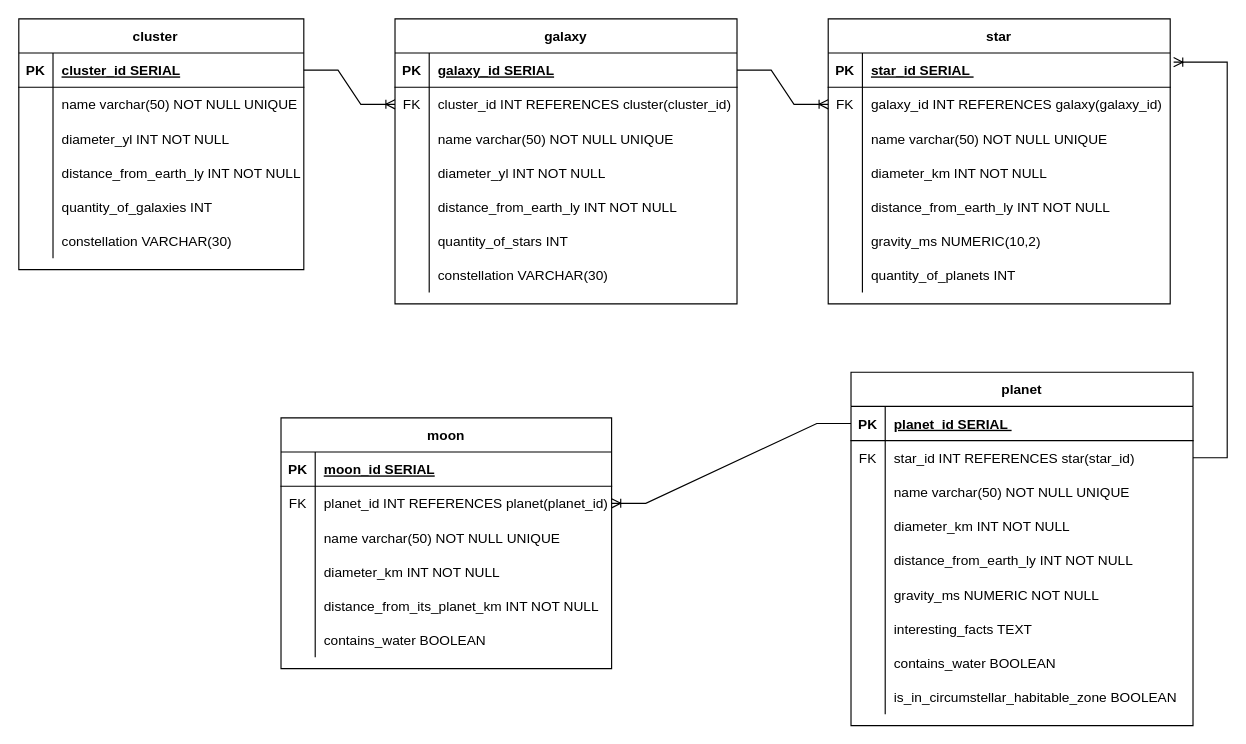
Earlier version of the draw.io diagram Universe_db.drawio (afsaavedram/Schemas-from-Draw.io). Source tidied: cells renumbered, new cells numbered last; positions are measured from the earlier drawing's top-left corner, leaving out a move shared by most shapes. Both pictures are drawn from the tidied source at 114%, with x=0, y=0 at pixel (18, 18).
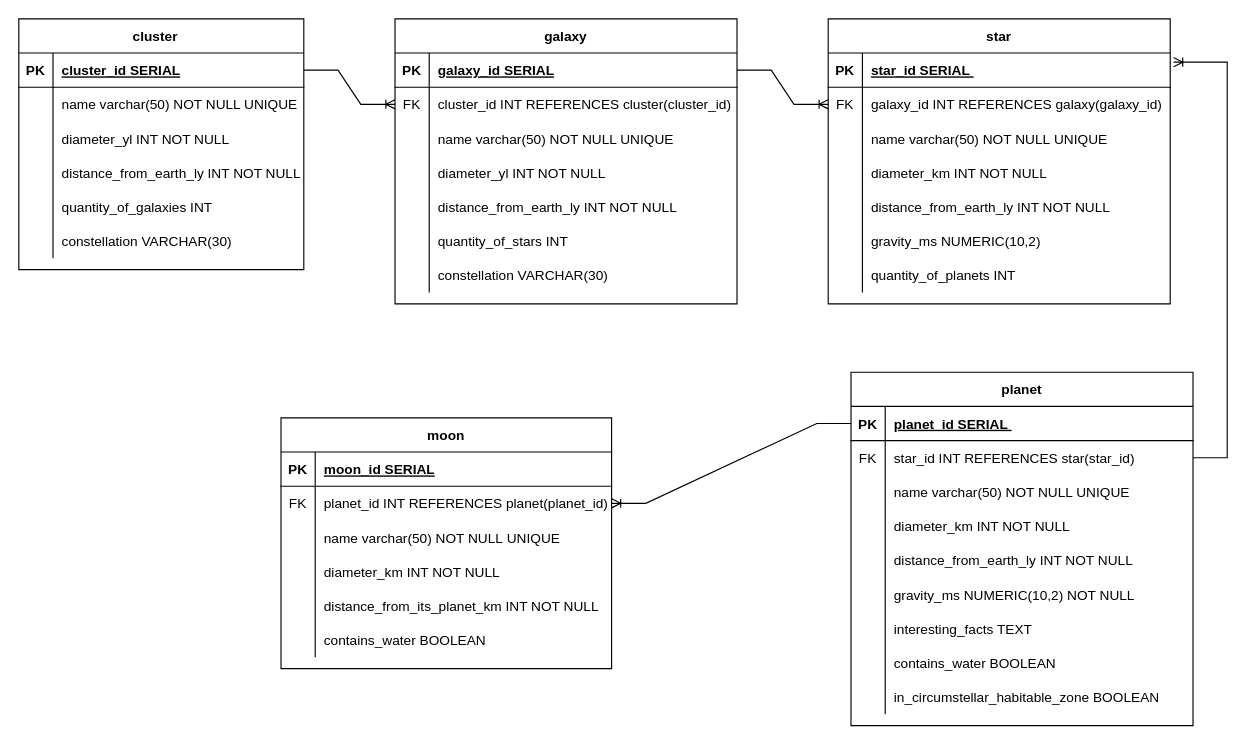
The same diagram, later.

The change refers to these unchanged cells:
```xml
<mxCell id="40" style="shape=tableRow;horizontal=0;startSize=0;swimlaneHead=0;swimlaneBody=0;fillColor=none;top=0;left=0;right=0;bottom=0;" parent="24" vertex="1">
  <mxGeometry y="180" width="300" height="30" as="geometry" />
</mxCell>
<mxCell id="49" style="shape=tableRow;horizontal=0;startSize=0;swimlaneHead=0;swimlaneBody=0;fillColor=none;top=0;left=0;right=0;bottom=0;" parent="24" vertex="1">
  <mxGeometry y="270" width="300" height="30" as="geometry" />
</mxCell>
```

The edit, as a diff of the source:
```diff
@@
-    <mxCell id="42" value="gravity_ms NUMERIC NOT NULL" style="shape=partialRectangle;fillColor=none;top=0;left=0;bottom=0;right=0;align=left;spacingLeft=6;overflow=hidden;" parent="40" vertex="1">
+    <mxCell id="42" value="gravity_ms NUMERIC(10,2) NOT NULL" style="shape=partialRectangle;fillColor=none;top=0;left=0;bottom=0;right=0;align=left;spacingLeft=6;overflow=hidden;" parent="40" vertex="1">
       <mxGeometry x="30" width="270" height="30" as="geometry" />
     </mxCell>
@@
-    <mxCell id="51" value="is_in_circumstellar_habitable_zone BOOLEAN" style="shape=partialRectangle;fillColor=none;top=0;left=0;bottom=0;right=0;align=left;spacingLeft=6;overflow=hidden;" parent="49" vertex="1">
+    <mxCell id="51" value="in_circumstellar_habitable_zone BOOLEAN" style="shape=partialRectangle;fillColor=none;top=0;left=0;bottom=0;right=0;align=left;spacingLeft=6;overflow=hidden;" parent="49" vertex="1">
       <mxGeometry x="30" width="270" height="30" as="geometry" />
     </mxCell>
```
